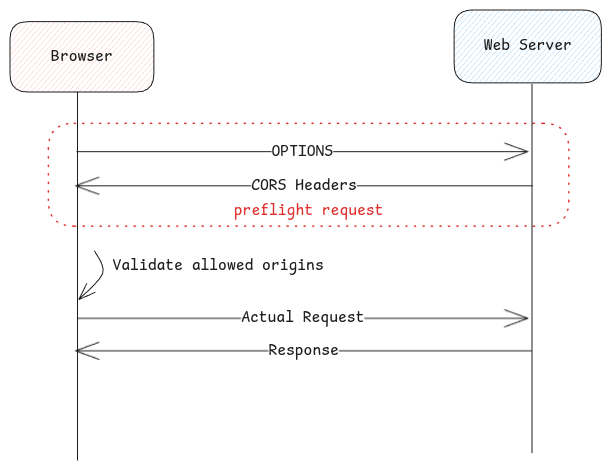
Earlier version of the Excalidraw export static/img/cors.excalidraw.png (swaroopar/inprogress-engineer). Source tidied: one line per element, renumbered; positions are measured from the earlier drawing's top-left corner, leaving out a move shared by most shapes. The source it was exported from:
```json
{"id": 0, "type": "rectangle", "strokeColor": "#1e1e1e", "backgroundColor": "#ffc9c9", "fillStyle": "hachure", "strokeWidth": 1, "roughness": 0, "round": true, "x": 0, "y": 12, "width": 144, "height": 70}
{"id": 1, "type": "text", "text": "Browser", "strokeColor": "#1e1e1e", "strokeWidth": 2, "roughness": 1, "fontSize": 16, "fontFamily": 8, "textAlign": "center", "verticalAlign": "middle", "inside": 0, "x": 41, "y": 37, "width": 62, "height": 20}
{"id": 2, "type": "rectangle", "strokeColor": "#1e1e1e", "backgroundColor": "#a5d8ff", "fillStyle": "hachure", "strokeWidth": 1, "roughness": 0, "round": true, "x": 444, "y": 0, "width": 147, "height": 73}
{"id": 3, "type": "text", "text": "Web Server", "strokeColor": "#1e1e1e", "strokeWidth": 2, "roughness": 1, "fontSize": 16, "fontFamily": 8, "textAlign": "center", "verticalAlign": "middle", "inside": 2, "x": 474, "y": 26, "width": 88, "height": 20}
{"id": 4, "type": "line", "strokeColor": "#1e1e1e", "strokeWidth": 1, "roughness": 0, "round": true, "x": 68, "y": 82, "width": 0, "height": 369, "points": [[0, 0], [0, 369]]}
{"id": 5, "type": "line", "strokeColor": "#1e1e1e", "strokeWidth": 1, "roughness": 0, "round": true, "x": 522, "y": 74, "width": 0, "height": 369, "points": [[0, 0], [0, 369]]}
{"id": 6, "type": "arrow", "strokeColor": "#1e1e1e", "strokeWidth": 1, "roughness": 0, "endArrowhead": "arrow", "round": true, "x": 67, "y": 142, "width": 451, "height": 0, "points": [[0, 0], [451, 0]]}
{"id": 7, "type": "text", "text": "OPTIONS", "strokeColor": "#1e1e1e", "strokeWidth": 2, "roughness": 1, "fontSize": 16, "fontFamily": 8, "textAlign": "center", "verticalAlign": "middle", "inside": 6, "x": 262, "y": 132, "width": 62, "height": 20}
{"id": 8, "type": "arrow", "strokeColor": "#1e1e1e", "strokeWidth": 1, "roughness": 0, "endArrowhead": "arrow", "round": true, "x": 522, "y": 176, "width": 457, "height": 0, "points": [[0, 0], [-457, 0]]}
{"id": 9, "type": "text", "text": "CORS Headers", "strokeColor": "#1e1e1e", "strokeWidth": 2, "roughness": 1, "fontSize": 16, "fontFamily": 8, "textAlign": "center", "verticalAlign": "middle", "inside": 8, "x": 241, "y": 166, "width": 106, "height": 20}
{"id": 10, "type": "rectangle", "strokeColor": "#e03131", "strokeWidth": 1, "strokeStyle": "dotted", "roughness": 0, "round": true, "x": 38, "y": 113, "width": 520, "height": 103}
{"id": 11, "type": "text", "text": "preflight request", "strokeColor": "#e03131", "strokeWidth": 2, "roughness": 1, "fontSize": 16, "fontFamily": 8, "textAlign": "center", "verticalAlign": "bottom", "inside": 10, "x": 224, "y": 191, "width": 150, "height": 20}
{"id": 12, "type": "arrow", "strokeColor": "#1e1e1e", "backgroundColor": "#a5d8ff", "fillStyle": "hachure", "strokeWidth": 1, "roughness": 0, "endArrowhead": "arrow", "round": true, "x": 68, "y": 308, "width": 450, "height": 0, "points": [[0, 0], [450, 0]]}
{"id": 13, "type": "text", "text": "Actual Request", "strokeColor": "#1e1e1e", "backgroundColor": "#a5d8ff", "fillStyle": "hachure", "strokeWidth": 2, "roughness": 1, "fontSize": 16, "fontFamily": 8, "textAlign": "center", "verticalAlign": "middle", "inside": 12, "x": 231, "y": 298, "width": 123, "height": 20}
{"id": 14, "type": "arrow", "strokeColor": "#1e1e1e", "backgroundColor": "#a5d8ff", "fillStyle": "hachure", "strokeWidth": 1, "roughness": 0, "endArrowhead": "arrow", "round": true, "x": 522, "y": 341, "width": 456, "height": 0, "points": [[0, 0], [-456, 0]]}
{"id": 15, "type": "text", "text": "Response", "strokeColor": "#1e1e1e", "backgroundColor": "#a5d8ff", "fillStyle": "hachure", "strokeWidth": 2, "roughness": 1, "fontSize": 16, "fontFamily": 8, "textAlign": "center", "verticalAlign": "middle", "inside": 14, "x": 258, "y": 331, "width": 70, "height": 20}
{"id": 16, "type": "arrow", "strokeColor": "#1e1e1e", "backgroundColor": "#a5d8ff", "fillStyle": "hachure", "strokeWidth": 1, "roughness": 0, "endArrowhead": "arrow", "round": true, "from": 10, "x": 85, "y": 241, "width": 24, "height": 49, "points": [[0, 0], [8, 22], [-16, 49]]}
{"id": 17, "type": "text", "text": "Validate allowed origins", "strokeColor": "#1e1e1e", "backgroundColor": "#a5d8ff", "fillStyle": "hachure", "strokeWidth": 1, "roughness": 0, "fontSize": 16, "fontFamily": 8, "x": 102, "y": 246, "width": 211, "height": 20}
```
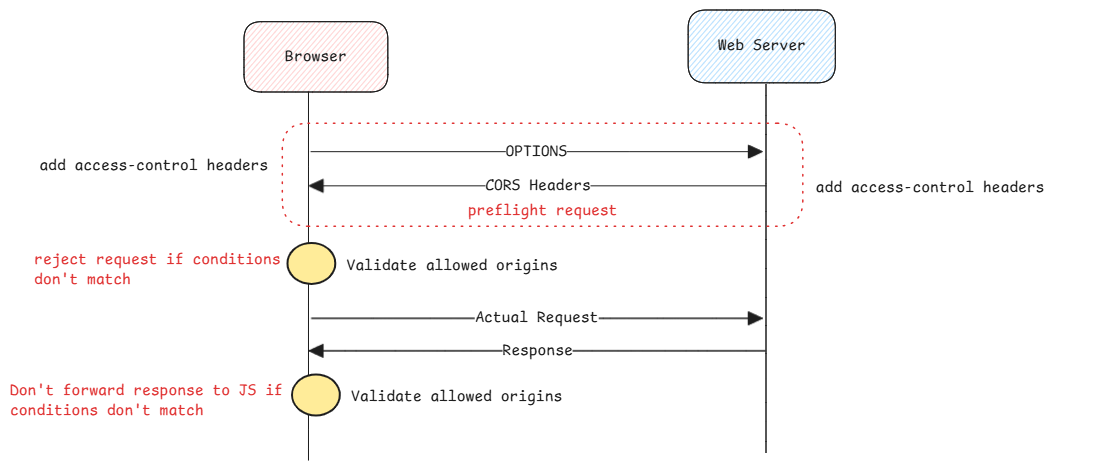
After the change.

The edit, as a diff of the source:
```diff
@@ -2,17 +2,23 @@
 {"id": 1, "type": "text", "text": "Browser", "strokeColor": "#1e1e1e", "strokeWidth": 2, "roughness": 1, "fontSize": 16, "fontFamily": 8, "textAlign": "center", "verticalAlign": "middle", "inside": 0, "x": 41, "y": 37, "width": 62, "height": 20}
 {"id": 2, "type": "rectangle", "strokeColor": "#1e1e1e", "backgroundColor": "#a5d8ff", "fillStyle": "hachure", "strokeWidth": 1, "roughness": 0, "round": true, "x": 444, "y": 0, "width": 147, "height": 73}
 {"id": 3, "type": "text", "text": "Web Server", "strokeColor": "#1e1e1e", "strokeWidth": 2, "roughness": 1, "fontSize": 16, "fontFamily": 8, "textAlign": "center", "verticalAlign": "middle", "inside": 2, "x": 474, "y": 26, "width": 88, "height": 20}
-{"id": 4, "type": "line", "strokeColor": "#1e1e1e", "strokeWidth": 1, "roughness": 0, "round": true, "x": 68, "y": 82, "width": 0, "height": 369, "points": [[0, 0], [0, 369]]}
+{"id": 4, "type": "line", "strokeColor": "#1e1e1e", "strokeWidth": 1, "roughness": 0, "round": true, "x": 64, "y": 82, "width": 0, "height": 369, "points": [[0, 0], [0, 369]]}
 {"id": 5, "type": "line", "strokeColor": "#1e1e1e", "strokeWidth": 1, "roughness": 0, "round": true, "x": 522, "y": 74, "width": 0, "height": 369, "points": [[0, 0], [0, 369]]}
-{"id": 6, "type": "arrow", "strokeColor": "#1e1e1e", "strokeWidth": 1, "roughness": 0, "endArrowhead": "arrow", "round": true, "x": 67, "y": 142, "width": 451, "height": 0, "points": [[0, 0], [451, 0]]}
+{"id": 6, "type": "arrow", "strokeColor": "#1e1e1e", "strokeWidth": 1, "roughness": 0, "endArrowhead": "triangle", "x": 67, "y": 142, "width": 451, "height": 0, "points": [[0, 0], [451, 0]]}
 {"id": 7, "type": "text", "text": "OPTIONS", "strokeColor": "#1e1e1e", "strokeWidth": 2, "roughness": 1, "fontSize": 16, "fontFamily": 8, "textAlign": "center", "verticalAlign": "middle", "inside": 6, "x": 262, "y": 132, "width": 62, "height": 20}
-{"id": 8, "type": "arrow", "strokeColor": "#1e1e1e", "strokeWidth": 1, "roughness": 0, "endArrowhead": "arrow", "round": true, "x": 522, "y": 176, "width": 457, "height": 0, "points": [[0, 0], [-457, 0]]}
+{"id": 8, "type": "arrow", "strokeColor": "#1e1e1e", "strokeWidth": 1, "roughness": 0, "endArrowhead": "triangle", "x": 522, "y": 176, "width": 457, "height": 0, "points": [[0, 0], [-457, 0]]}
 {"id": 9, "type": "text", "text": "CORS Headers", "strokeColor": "#1e1e1e", "strokeWidth": 2, "roughness": 1, "fontSize": 16, "fontFamily": 8, "textAlign": "center", "verticalAlign": "middle", "inside": 8, "x": 241, "y": 166, "width": 106, "height": 20}
 {"id": 10, "type": "rectangle", "strokeColor": "#e03131", "strokeWidth": 1, "strokeStyle": "dotted", "roughness": 0, "round": true, "x": 38, "y": 113, "width": 520, "height": 103}
 {"id": 11, "type": "text", "text": "preflight request", "strokeColor": "#e03131", "strokeWidth": 2, "roughness": 1, "fontSize": 16, "fontFamily": 8, "textAlign": "center", "verticalAlign": "bottom", "inside": 10, "x": 224, "y": 191, "width": 150, "height": 20}
-{"id": 12, "type": "arrow", "strokeColor": "#1e1e1e", "backgroundColor": "#a5d8ff", "fillStyle": "hachure", "strokeWidth": 1, "roughness": 0, "endArrowhead": "arrow", "round": true, "x": 68, "y": 308, "width": 450, "height": 0, "points": [[0, 0], [450, 0]]}
+{"id": 12, "type": "arrow", "strokeColor": "#1e1e1e", "backgroundColor": "#a5d8ff", "fillStyle": "hachure", "strokeWidth": 1, "roughness": 0, "endArrowhead": "triangle", "x": 68, "y": 308, "width": 450, "height": 0, "points": [[0, 0], [450, 0]]}
 {"id": 13, "type": "text", "text": "Actual Request", "strokeColor": "#1e1e1e", "backgroundColor": "#a5d8ff", "fillStyle": "hachure", "strokeWidth": 2, "roughness": 1, "fontSize": 16, "fontFamily": 8, "textAlign": "center", "verticalAlign": "middle", "inside": 12, "x": 231, "y": 298, "width": 123, "height": 20}
-{"id": 14, "type": "arrow", "strokeColor": "#1e1e1e", "backgroundColor": "#a5d8ff", "fillStyle": "hachure", "strokeWidth": 1, "roughness": 0, "endArrowhead": "arrow", "round": true, "x": 522, "y": 341, "width": 456, "height": 0, "points": [[0, 0], [-456, 0]]}
+{"id": 14, "type": "arrow", "strokeColor": "#1e1e1e", "backgroundColor": "#a5d8ff", "fillStyle": "hachure", "strokeWidth": 1, "roughness": 0, "endArrowhead": "triangle", "x": 522, "y": 341, "width": 456, "height": 0, "points": [[0, 0], [-456, 0]]}
 {"id": 15, "type": "text", "text": "Response", "strokeColor": "#1e1e1e", "backgroundColor": "#a5d8ff", "fillStyle": "hachure", "strokeWidth": 2, "roughness": 1, "fontSize": 16, "fontFamily": 8, "textAlign": "center", "verticalAlign": "middle", "inside": 14, "x": 258, "y": 331, "width": 70, "height": 20}
-{"id": 16, "type": "arrow", "strokeColor": "#1e1e1e", "backgroundColor": "#a5d8ff", "fillStyle": "hachure", "strokeWidth": 1, "roughness": 0, "endArrowhead": "arrow", "round": true, "from": 10, "x": 85, "y": 241, "width": 24, "height": 49, "points": [[0, 0], [8, 22], [-16, 49]]}
 {"id": 17, "type": "text", "text": "Validate allowed origins", "strokeColor": "#1e1e1e", "backgroundColor": "#a5d8ff", "fillStyle": "hachure", "strokeWidth": 1, "roughness": 0, "fontSize": 16, "fontFamily": 8, "x": 102, "y": 246, "width": 211, "height": 20}
+{"id": 18, "type": "ellipse", "strokeColor": "#1e1e1e", "backgroundColor": "#ffec99", "fillStyle": "solid", "strokeWidth": 2, "roughness": 0, "round": true, "x": 43, "y": 233, "width": 48, "height": 41}
+{"id": 19, "type": "text", "text": "Validate allowed origins", "strokeColor": "#1e1e1e", "backgroundColor": "#a5d8ff", "fillStyle": "hachure", "strokeWidth": 1, "roughness": 0, "fontSize": 16, "fontFamily": 8, "x": 107, "y": 377, "width": 211, "height": 20}
+{"id": 20, "type": "ellipse", "strokeColor": "#1e1e1e", "backgroundColor": "#ffec99", "fillStyle": "solid", "strokeWidth": 2, "roughness": 0, "round": true, "x": 48, "y": 364, "width": 48, "height": 41}
+{"id": 21, "type": "text", "text": "add access-control headers", "strokeColor": "#1e1e1e", "backgroundColor": "#ffec99", "fillStyle": "solid", "strokeWidth": 2, "roughness": 0, "fontSize": 16, "fontFamily": 8, "x": -205, "y": 146, "width": 286, "height": 20}
+{"id": 22, "type": "text", "text": "add access-control headers", "strokeColor": "#1e1e1e", "backgroundColor": "#ffec99", "fillStyle": "solid", "strokeWidth": 2, "roughness": 0, "fontSize": 16, "fontFamily": 8, "x": 572, "y": 168, "width": 286, "height": 20}
+{"id": 23, "type": "text", "text": "reject request if conditions\ndon't match", "strokeColor": "#e03131", "backgroundColor": "#ffec99", "fillStyle": "solid", "strokeWidth": 2, "roughness": 0, "fontSize": 16, "fontFamily": 8, "x": -210, "y": 240, "width": 286, "height": 40}
+{"id": 24, "type": "text", "text": "Don't forward response to JS if \nconditions don't match", "strokeColor": "#e03131", "backgroundColor": "#ffec99", "fillStyle": "solid", "strokeWidth": 2, "roughness": 0, "fontSize": 16, "fontFamily": 8, "x": -234, "y": 371, "width": 286, "height": 40}
```
